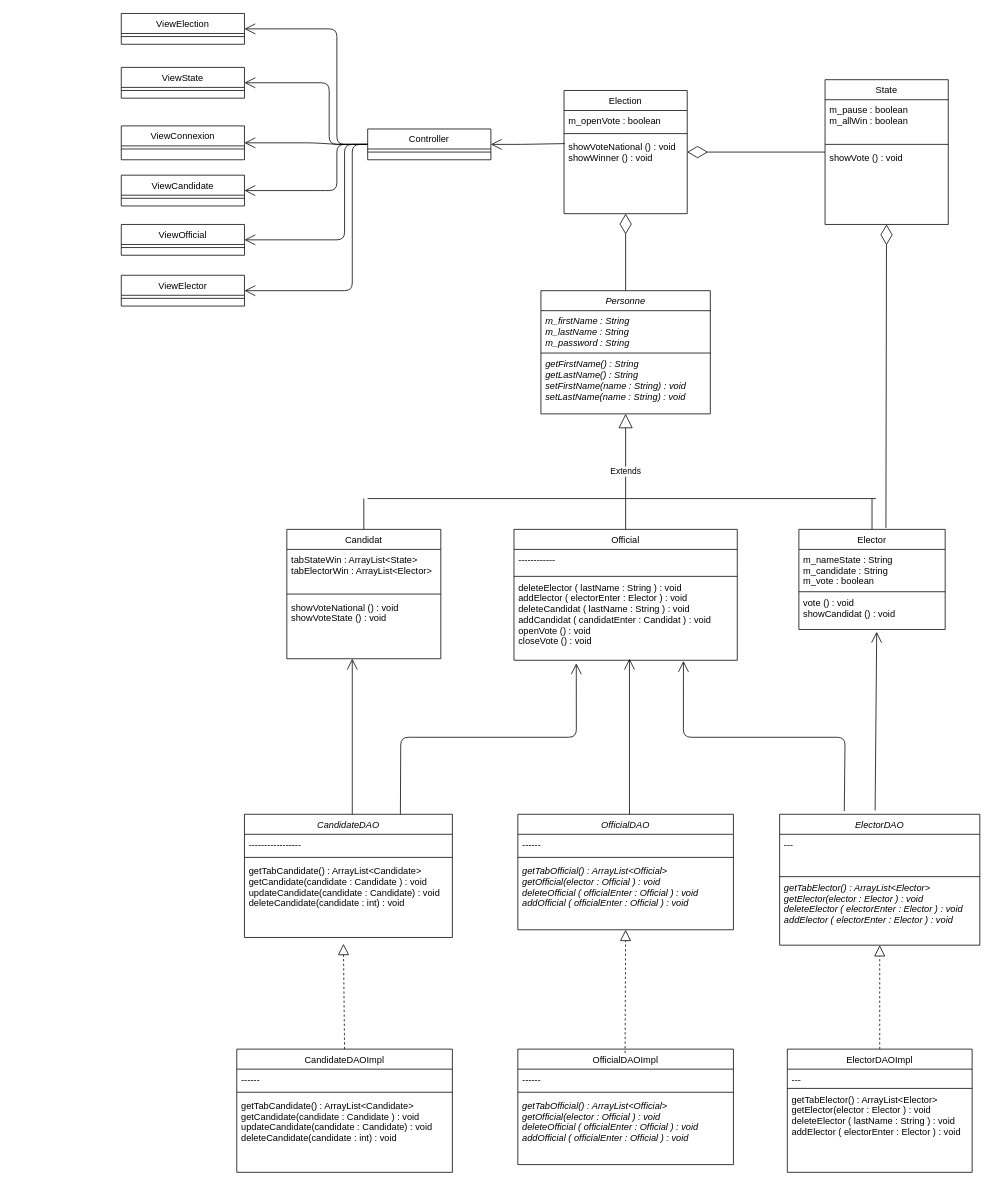
Earlier version of the draw.io diagram Diagramme_UML.drawio (QuentinDstl/Election-system-JAVA). Source tidied: cells renumbered, new cells numbered last; positions are measured from the earlier drawing's top-left corner, leaving out a move shared by most shapes. Both pictures are drawn from the tidied source at 77%, with x=0, y=0 at pixel (121, 13).
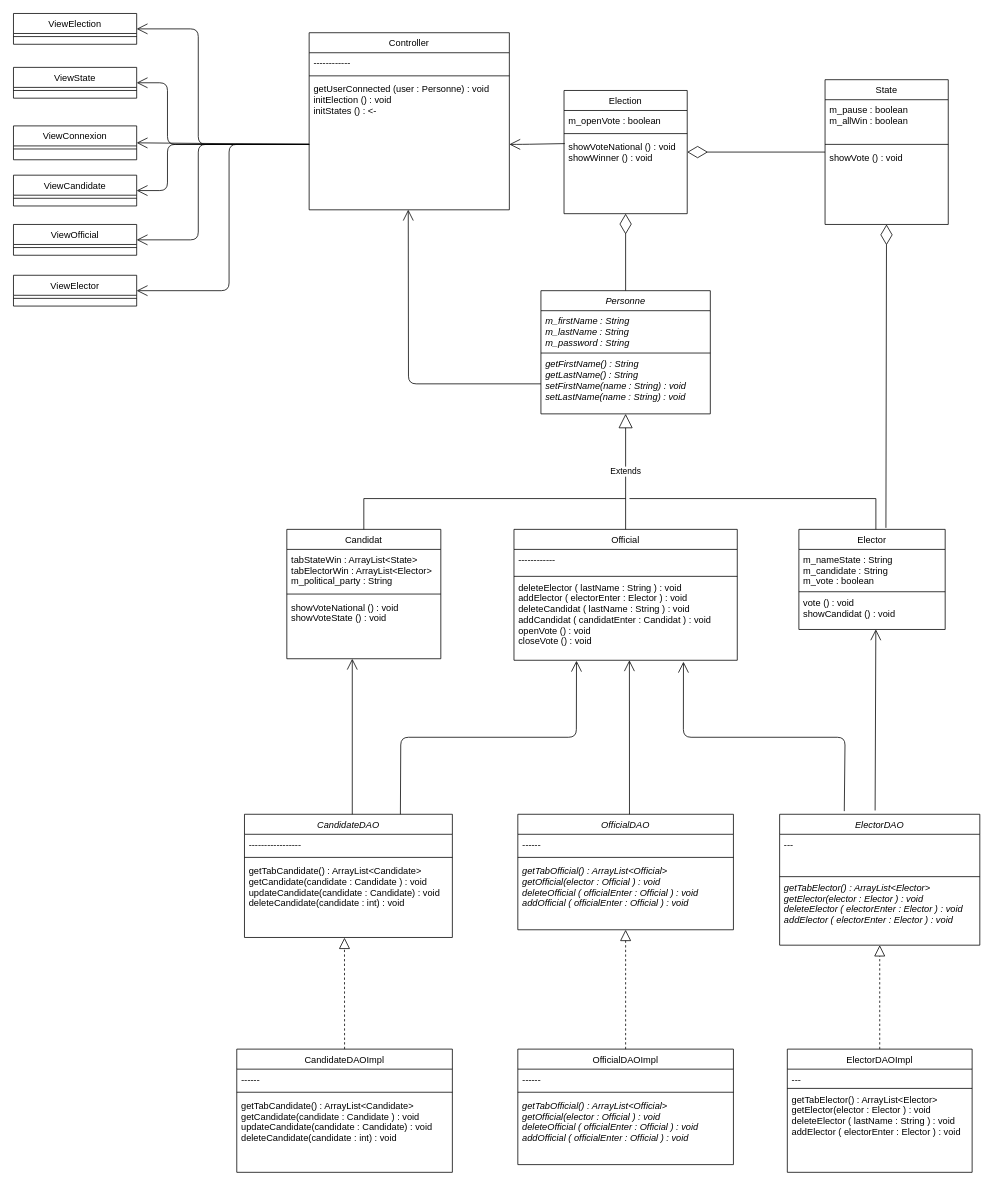
After the change.

Commit message:
UML dernière version

Unchanged cells that the change refers to:
```xml
<mxCell id="2" value="OfficialDAO" style="swimlane;fontStyle=2;align=center;verticalAlign=top;horizontal=1;startSize=26;rounded=0;shadow=0;strokeWidth=1;" parent="1" vertex="1">
  <mxGeometry x="515" y="1040" width="280" height="150" as="geometry" />
</mxCell>
<mxCell id="6" value="CandidateDAO" style="swimlane;fontStyle=2;align=center;verticalAlign=top;horizontal=1;startSize=26;rounded=0;shadow=0;strokeWidth=1;" parent="1" vertex="1">
  <mxGeometry x="160" y="1040" width="270" height="160" as="geometry" />
</mxCell>
<mxCell id="9" value="getTabCandidate() : ArrayList&lt;Candidate&gt;&#10;getCandidate(candidate : Candidate ) : void&#10;updateCandidate(candidate : Candidate) : void&#10;deleteCandidate(candidate : int) : void " style="text;align=left;verticalAlign=top;spacingLeft=4;spacingRight=4;overflow=hidden;points=[[0,0.5],[1,0.5]];portConstraint=eastwest;" parent="6" vertex="1">
  <mxGeometry y="60" width="270" height="100" as="geometry" />
</mxCell>
<mxCell id="10" value="Elector" style="swimlane;fontStyle=0;align=center;verticalAlign=top;horizontal=1;startSize=26;rounded=0;shadow=0;strokeWidth=1;" parent="1" vertex="1">
  <mxGeometry x="880" y="670" width="190" height="130" as="geometry" />
</mxCell>
<mxCell id="13" value="vote () : void&#10;showCandidat () : void" style="text;align=left;verticalAlign=top;spacingLeft=4;spacingRight=4;overflow=hidden;points=[[0,0.5],[1,0.5]];portConstraint=eastwest;" parent="10" vertex="1">
  <mxGeometry y="82" width="190" height="48" as="geometry" />
</mxCell>
<mxCell id="17" value="showVoteNational () : void&#10;showWinner () : void  &#10;" style="text;align=left;verticalAlign=top;spacingLeft=4;spacingRight=4;overflow=hidden;points=[[0,0.5],[1,0.5]];portConstraint=eastwest;" parent="14" vertex="1">
  <mxGeometry y="60" width="160" height="100" as="geometry" />
</mxCell>
<mxCell id="18" value="Candidat" style="swimlane;fontStyle=0;align=center;verticalAlign=top;horizontal=1;startSize=26;rounded=0;shadow=0;strokeWidth=1;" parent="1" vertex="1">
  <mxGeometry x="215" y="670" width="200" height="168" as="geometry" />
</mxCell>
<mxCell id="25" value="getFirstName() : String&#10;getLastName() : String&#10;setFirstName(name : String) : void&#10;setLastName(name : String) : void  &#10;&#10;" style="text;align=left;verticalAlign=top;spacingLeft=4;spacingRight=4;overflow=hidden;points=[[0,0.5],[1,0.5]];portConstraint=eastwest;fontStyle=2;" parent="22" vertex="1">
  <mxGeometry y="82" width="220" height="78" as="geometry" />
</mxCell>
<mxCell id="26" value="ElectorDAO" style="swimlane;fontStyle=2;align=center;verticalAlign=top;horizontal=1;startSize=26;rounded=0;shadow=0;strokeWidth=1;" parent="1" vertex="1">
  <mxGeometry x="855" y="1040" width="260" height="170" as="geometry" />
</mxCell>
<mxCell id="37" value="deleteElector ( lastName : String ) : void &#10;addElector ( electorEnter : Elector ) : void&#10;deleteCandidat ( lastName : String ) : void &#10;addCandidat ( candidatEnter : Candidat ) : void&#10;openVote () : void&#10;closeVote () : void " style="text;align=left;verticalAlign=top;spacingLeft=4;spacingRight=4;overflow=hidden;points=[[0,0.5],[1,0.5]];portConstraint=eastwest;fontStyle=0;" parent="34" vertex="1">
  <mxGeometry y="62" width="290" height="108" as="geometry" />
</mxCell>
<mxCell id="38" value="OfficialDAOImpl" style="swimlane;fontStyle=0;align=center;verticalAlign=top;horizontal=1;startSize=26;rounded=0;shadow=0;strokeWidth=1;" parent="1" vertex="1">
  <mxGeometry x="515" y="1345" width="280" height="150" as="geometry" />
</mxCell>
<mxCell id="49" value="CandidateDAOImpl" style="swimlane;fontStyle=0;align=center;verticalAlign=top;horizontal=1;startSize=26;rounded=0;shadow=0;strokeWidth=1;" parent="1" vertex="1">
  <mxGeometry x="150" y="1345" width="280" height="160" as="geometry" />
</mxCell>
```

What changed in the source:
```diff
@@
-    <mxCell id="19" value="tabStateWin : ArrayList&lt;State&gt;&#10;tabElectorWin : ArrayList&lt;Elector&gt;" style="text;align=left;verticalAlign=top;spacingLeft=4;spacingRight=4;overflow=hidden;" parent="18" vertex="1">
+    <mxCell id="19" value="tabStateWin : ArrayList&lt;State&gt;&#10;tabElectorWin : ArrayList&lt;Elector&gt;&#10;m_political_party : String" style="text;align=left;verticalAlign=top;spacingLeft=4;spacingRight=4;overflow=hidden;" parent="18" vertex="1">
       <mxGeometry y="26" width="200" height="54" as="geometry" />
     </mxCell>
@@
-    <mxCell id="44" style="endArrow=none;html=1;exitX=0.5;exitY=0;exitDx=0;exitDy=0;" parent="1" edge="1" source="10">
+    <mxCell id="44" style="endArrow=none;html=1;exitX=0.5;exitY=0;exitDx=0;exitDy=0;" parent="1" edge="1">
       <mxGeometry relative="1" as="geometry">
-        <mxPoint x="975" y="630" as="targetPoint" />
+        <mxPoint x="980" y="670" as="sourcePoint" />
+        <mxPoint x="980" y="630" as="targetPoint" />
       </mxGeometry>
     </mxCell>
     <mxCell id="45" style="endArrow=none;html=1;" parent="1" edge="1">
       <mxGeometry relative="1" as="geometry">
-        <mxPoint x="320" y="630" as="sourcePoint" />
-        <mxPoint x="660" y="630" as="targetPoint" />
+        <mxPoint x="315" y="630" as="sourcePoint" />
+        <mxPoint x="655" y="630" as="targetPoint" />
       </mxGeometry>
     </mxCell>
@@
-    <mxCell id="48" style="endArrow=block;dashed=1;endFill=0;endSize=12;html=1;exitX=0.5;exitY=0;exitDx=0;exitDy=0;entryX=0.5;entryY=1;entryDx=0;entryDy=0;" parent="1" edge="1" target="2">
-      <mxGeometry relative="1" as="geometry">
-        <mxPoint x="654.3" y="1350" as="sourcePoint" />
-      </mxGeometry>
+    <mxCell id="48" style="endArrow=block;dashed=1;endFill=0;endSize=12;html=1;exitX=0.5;exitY=0;exitDx=0;exitDy=0;entryX=0.5;entryY=1;entryDx=0;entryDy=0;" parent="1" edge="1" source="38" target="2">
+      <mxGeometry relative="1" as="geometry" />
     </mxCell>
@@
-    <mxCell id="53" style="endArrow=block;dashed=1;endFill=0;endSize=12;html=1;exitX=0.5;exitY=0;exitDx=0;exitDy=0;entryX=0.476;entryY=1.083;entryDx=0;entryDy=0;entryPerimeter=0;" parent="1" edge="1" source="49" target="9">
+    <mxCell id="53" style="endArrow=block;dashed=1;endFill=0;endSize=12;html=1;exitX=0.5;exitY=0;exitDx=0;exitDy=0;entryX=0.481;entryY=1.003;entryDx=0;entryDy=0;entryPerimeter=0;" parent="1" edge="1" source="49" target="9">
       <mxGeometry relative="1" as="geometry" />
     </mxCell>
@@
-    <mxCell id="59" value="Controller" style="swimlane;fontStyle=0;align=center;verticalAlign=top;horizontal=1;startSize=26;rounded=0;shadow=0;strokeWidth=1;" parent="1" vertex="1">
-      <mxGeometry x="320" y="150" width="160" height="40" as="geometry" />
-    </mxCell>
-    <mxCell id="60" style="line;html=1;strokeWidth=1;align=left;verticalAlign=middle;spacingTop=-1;spacingLeft=3;spacingRight=3;labelPosition=right;" parent="59" vertex="1">
-      <mxGeometry y="26" width="160" height="8" as="geometry" />
-    </mxCell>
@@
     <mxCell id="63" value="ViewElection" style="swimlane;fontStyle=0;align=center;verticalAlign=top;horizontal=1;startSize=26;rounded=0;shadow=0;strokeWidth=1;" parent="1" vertex="1">
-      <mxGeometry width="160" height="40" as="geometry" />
+      <mxGeometry x="-140" width="160" height="40" as="geometry" />
     </mxCell>
@@
     <mxCell id="65" value="ViewState" style="swimlane;fontStyle=0;align=center;verticalAlign=top;horizontal=1;startSize=26;rounded=0;shadow=0;strokeWidth=1;" parent="1" vertex="1">
-      <mxGeometry y="70" width="160" height="40" as="geometry" />
+      <mxGeometry x="-140" y="70" width="160" height="40" as="geometry" />
     </mxCell>
@@
     <mxCell id="67" value="ViewConnexion" style="swimlane;fontStyle=0;align=center;verticalAlign=top;horizontal=1;startSize=26;rounded=0;shadow=0;strokeWidth=1;" parent="1" vertex="1">
-      <mxGeometry y="146" width="160" height="44" as="geometry" />
+      <mxGeometry x="-140" y="146" width="160" height="44" as="geometry" />
     </mxCell>
@@
     <mxCell id="69" value="ViewOfficial" style="swimlane;fontStyle=0;align=center;verticalAlign=top;horizontal=1;startSize=26;rounded=0;shadow=0;strokeWidth=1;" parent="1" vertex="1">
-      <mxGeometry y="274" width="160" height="40" as="geometry" />
+      <mxGeometry x="-140" y="274" width="160" height="40" as="geometry" />
     </mxCell>
@@
     <mxCell id="71" value="ViewCandidate" style="swimlane;fontStyle=0;align=center;verticalAlign=top;horizontal=1;startSize=26;rounded=0;shadow=0;strokeWidth=1;" parent="1" vertex="1">
-      <mxGeometry y="210" width="160" height="40" as="geometry" />
+      <mxGeometry x="-140" y="210" width="160" height="40" as="geometry" />
     </mxCell>
@@
     <mxCell id="73" value="ViewElector" style="swimlane;fontStyle=0;align=center;verticalAlign=top;horizontal=1;startSize=26;rounded=0;shadow=0;strokeWidth=1;" parent="1" vertex="1">
-      <mxGeometry y="340" width="160" height="40" as="geometry" />
+      <mxGeometry x="-140" y="340" width="160" height="40" as="geometry" />
     </mxCell>
@@
-    <mxCell id="75" style="endArrow=open;endFill=1;endSize=12;html=1;entryX=1;entryY=0.5;entryDx=0;entryDy=0;exitX=0;exitY=0.5;exitDx=0;exitDy=0;" parent="1" edge="1" source="59" target="63">
-      <mxGeometry relative="1" as="geometry">
-        <Array as="points">
-          <mxPoint x="280" y="170" />
-          <mxPoint x="280" y="20" />
-        </Array>
-      </mxGeometry>
-    </mxCell>
-    <mxCell id="76" style="endArrow=open;endFill=1;endSize=12;html=1;entryX=1;entryY=0.5;entryDx=0;entryDy=0;exitX=0;exitY=0.5;exitDx=0;exitDy=0;" parent="1" edge="1" source="59" target="65">
-      <mxGeometry relative="1" as="geometry">
-        <Array as="points">
-          <mxPoint x="270" y="170" />
-          <mxPoint x="270" y="140" />
-          <mxPoint x="270" y="90" />
-        </Array>
-      </mxGeometry>
-    </mxCell>
-    <mxCell id="77" style="endArrow=open;endFill=1;endSize=12;html=1;entryX=1;entryY=0.5;entryDx=0;entryDy=0;exitX=0;exitY=0.5;exitDx=0;exitDy=0;" parent="1" edge="1" source="59" target="67">
-      <mxGeometry relative="1" as="geometry">
-        <Array as="points">
-          <mxPoint x="280" y="170" />
-          <mxPoint x="250" y="168" />
-        </Array>
-      </mxGeometry>
-    </mxCell>
-    <mxCell id="78" style="endArrow=open;endFill=1;endSize=12;html=1;entryX=1;entryY=0.5;entryDx=0;entryDy=0;exitX=0;exitY=0.5;exitDx=0;exitDy=0;" parent="1" edge="1" source="59" target="71">
-      <mxGeometry relative="1" as="geometry">
-        <Array as="points">
-          <mxPoint x="280" y="170" />
-          <mxPoint x="280" y="230" />
-          <mxPoint x="260" y="230" />
-        </Array>
-      </mxGeometry>
-    </mxCell>
-    <mxCell id="79" style="endArrow=open;endFill=1;endSize=12;html=1;entryX=1;entryY=0.5;entryDx=0;entryDy=0;exitX=0;exitY=0.5;exitDx=0;exitDy=0;" parent="1" edge="1" source="59" target="69">
-      <mxGeometry relative="1" as="geometry">
-        <Array as="points">
-          <mxPoint x="290" y="170" />
-          <mxPoint x="290" y="294" />
-        </Array>
-      </mxGeometry>
-    </mxCell>
-    <mxCell id="80" style="endArrow=open;endFill=1;endSize=12;html=1;entryX=1;entryY=0.5;entryDx=0;entryDy=0;" parent="1" edge="1" target="73">
-      <mxGeometry relative="1" as="geometry">
-        <mxPoint x="320" y="170" as="sourcePoint" />
-        <Array as="points">
-          <mxPoint x="300" y="170" />
-          <mxPoint x="300" y="360" />
-        </Array>
-      </mxGeometry>
-    </mxCell>
-    <mxCell id="81" style="endArrow=open;endFill=1;endSize=12;html=1;entryX=1;entryY=0.5;entryDx=0;entryDy=0;exitX=0.006;exitY=0.09;exitDx=0;exitDy=0;exitPerimeter=0;" parent="1" edge="1" source="17" target="59">
+    <mxCell id="81" style="endArrow=open;endFill=1;endSize=12;html=1;entryX=1;entryY=0.5;entryDx=0;entryDy=0;exitX=0.006;exitY=0.09;exitDx=0;exitDy=0;exitPerimeter=0;" parent="1" edge="1" source="17" target="89">
       <mxGeometry relative="1" as="geometry">
         <Array as="points">
           <mxPoint x="520" y="170" />
         </Array>
       </mxGeometry>
     </mxCell>
-    <mxCell id="82" style="endArrow=open;endFill=1;endSize=12;html=1;entryX=0.532;entryY=1.063;entryDx=0;entryDy=0;entryPerimeter=0;exitX=0.477;exitY=-0.029;exitDx=0;exitDy=0;exitPerimeter=0;" parent="1" edge="1" source="26" target="13">
+    <mxCell id="82" style="endArrow=open;endFill=1;endSize=12;html=1;exitX=0.477;exitY=-0.029;exitDx=0;exitDy=0;exitPerimeter=0;entryX=0.526;entryY=0.997;entryDx=0;entryDy=0;entryPerimeter=0;" parent="1" edge="1" source="26" target="13">
       <mxGeometry relative="1" as="geometry" />
     </mxCell>
-    <mxCell id="83" style="endArrow=open;endFill=1;endSize=12;html=1;entryX=0.532;entryY=1.063;entryDx=0;entryDy=0;entryPerimeter=0;" parent="1" edge="1">
+    <mxCell id="83" style="endArrow=open;endFill=1;endSize=12;html=1;entryX=0.517;entryY=1;entryDx=0;entryDy=0;entryPerimeter=0;" parent="1" edge="1" target="37">
       <mxGeometry relative="1" as="geometry">
         <mxPoint x="660" y="1040" as="sourcePoint" />
-        <mxPoint x="660" y="838" as="targetPoint" />
       </mxGeometry>
     </mxCell>
@@
-    <mxCell id="85" style="endArrow=open;endFill=1;endSize=12;html=1;entryX=0.279;entryY=1.037;entryDx=0;entryDy=0;entryPerimeter=0;exitX=0.75;exitY=0;exitDx=0;exitDy=0;" parent="1" edge="1" source="6" target="37">
+    <mxCell id="85" style="endArrow=open;endFill=1;endSize=12;html=1;exitX=0.75;exitY=0;exitDx=0;exitDy=0;entryX=0.28;entryY=1.006;entryDx=0;entryDy=0;entryPerimeter=0;" parent="1" edge="1" source="6" target="37">
       <mxGeometry relative="1" as="geometry">
         <Array as="points">
           <mxPoint x="363" y="940" />
           <mxPoint x="591" y="940" />
         </Array>
       </mxGeometry>
     </mxCell>
-    <mxCell id="86" style="endArrow=open;endFill=1;endSize=12;html=1;entryX=0.759;entryY=1.009;entryDx=0;entryDy=0;entryPerimeter=0;exitX=0.323;exitY=-0.024;exitDx=0;exitDy=0;exitPerimeter=0;" parent="1" edge="1" source="26" target="37">
+    <mxCell id="86" style="endArrow=open;endFill=1;endSize=12;html=1;exitX=0.323;exitY=-0.024;exitDx=0;exitDy=0;exitPerimeter=0;entryX=0.759;entryY=1.018;entryDx=0;entryDy=0;entryPerimeter=0;" parent="1" edge="1" source="26" target="37">
       <mxGeometry relative="1" as="geometry">
         <Array as="points">
           <mxPoint x="940" y="940" />
           <mxPoint x="730" y="940" />
         </Array>
       </mxGeometry>
     </mxCell>
+    <mxCell id="59" value="Controller" style="swimlane;fontStyle=0;align=center;verticalAlign=top;horizontal=1;startSize=26;rounded=0;shadow=0;strokeWidth=1;" parent="1" vertex="1">
+      <mxGeometry x="244" y="25" width="260" height="230" as="geometry" />
+    </mxCell>
+    <mxCell id="87" value="------------" style="text;align=left;verticalAlign=top;spacingLeft=4;spacingRight=4;overflow=hidden;" parent="59" vertex="1">
+      <mxGeometry y="26" width="260" height="26" as="geometry" />
+    </mxCell>
+    <mxCell id="88" style="line;html=1;strokeWidth=1;align=left;verticalAlign=middle;spacingTop=-1;spacingLeft=3;spacingRight=3;labelPosition=right;" parent="59" vertex="1">
+      <mxGeometry y="52" width="260" height="8" as="geometry" />
+    </mxCell>
+    <mxCell id="89" value="getUserConnected (user : Personne) : void&#10;initElection () : void&#10;initStates () : &lt;- " style="text;align=left;verticalAlign=top;spacingLeft=4;spacingRight=4;overflow=hidden;points=[[0,0.5],[1,0.5]];portConstraint=eastwest;" parent="59" vertex="1">
+      <mxGeometry y="60" width="260" height="170" as="geometry" />
+    </mxCell>
+    <mxCell id="90" style="endArrow=open;endFill=1;endSize=12;html=1;entryX=0.495;entryY=0.999;entryDx=0;entryDy=0;entryPerimeter=0;exitX=0;exitY=0.5;exitDx=0;exitDy=0;" parent="1" edge="1" source="25" target="89">
+      <mxGeometry relative="1" as="geometry">
+        <Array as="points">
+          <mxPoint x="373" y="481" />
+        </Array>
+      </mxGeometry>
+    </mxCell>
+    <mxCell id="91" style="endArrow=open;endFill=1;endSize=12;html=1;entryX=1;entryY=0.5;entryDx=0;entryDy=0;exitX=0;exitY=0.5;exitDx=0;exitDy=0;" parent="1" edge="1" source="89" target="63">
+      <mxGeometry relative="1" as="geometry">
+        <Array as="points">
+          <mxPoint x="100" y="170" />
+          <mxPoint x="100" y="20" />
+        </Array>
+      </mxGeometry>
+    </mxCell>
+    <mxCell id="92" style="endArrow=open;endFill=1;endSize=12;html=1;entryX=1;entryY=0.5;entryDx=0;entryDy=0;exitX=0;exitY=0.5;exitDx=0;exitDy=0;" parent="1" edge="1" source="89" target="65">
+      <mxGeometry relative="1" as="geometry">
+        <Array as="points">
+          <mxPoint x="60" y="170" />
+          <mxPoint x="60" y="90" />
+        </Array>
+      </mxGeometry>
+    </mxCell>
+    <mxCell id="93" style="endArrow=open;endFill=1;endSize=12;html=1;entryX=1;entryY=0.5;entryDx=0;entryDy=0;exitX=0;exitY=0.5;exitDx=0;exitDy=0;" parent="1" edge="1" source="89" target="67">
+      <mxGeometry relative="1" as="geometry" />
+    </mxCell>
+    <mxCell id="94" style="endArrow=open;endFill=1;endSize=12;html=1;entryX=1;entryY=0.5;entryDx=0;entryDy=0;exitX=0;exitY=0.5;exitDx=0;exitDy=0;" parent="1" edge="1" source="89" target="71">
+      <mxGeometry relative="1" as="geometry">
+        <Array as="points">
+          <mxPoint x="60" y="170" />
+          <mxPoint x="60" y="230" />
+        </Array>
+      </mxGeometry>
+    </mxCell>
+    <mxCell id="95" style="endArrow=open;endFill=1;endSize=12;html=1;entryX=1;entryY=0.5;entryDx=0;entryDy=0;exitX=0;exitY=0.5;exitDx=0;exitDy=0;" parent="1" edge="1" source="89" target="69">
+      <mxGeometry relative="1" as="geometry">
+        <Array as="points">
+          <mxPoint x="100" y="170" />
+          <mxPoint x="100" y="294" />
+        </Array>
+      </mxGeometry>
+    </mxCell>
+    <mxCell id="96" style="endArrow=open;endFill=1;endSize=12;html=1;entryX=1;entryY=0.5;entryDx=0;entryDy=0;exitX=0;exitY=0.5;exitDx=0;exitDy=0;" parent="1" edge="1" source="89" target="73">
+      <mxGeometry relative="1" as="geometry">
+        <Array as="points">
+          <mxPoint x="140" y="170" />
+          <mxPoint x="140" y="360" />
+        </Array>
+      </mxGeometry>
+    </mxCell>
```
